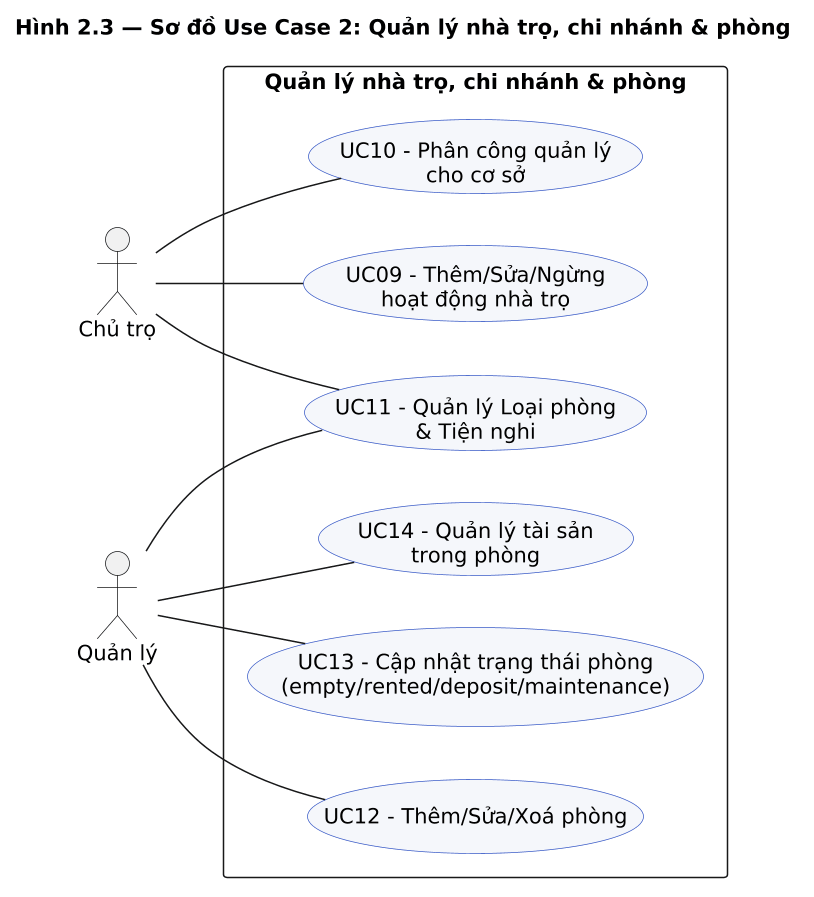
The PlantUML diagram docs/diagrams/png/2.03_uc_room.png in DiepTuHuy/Hostel_Management, before a commit.
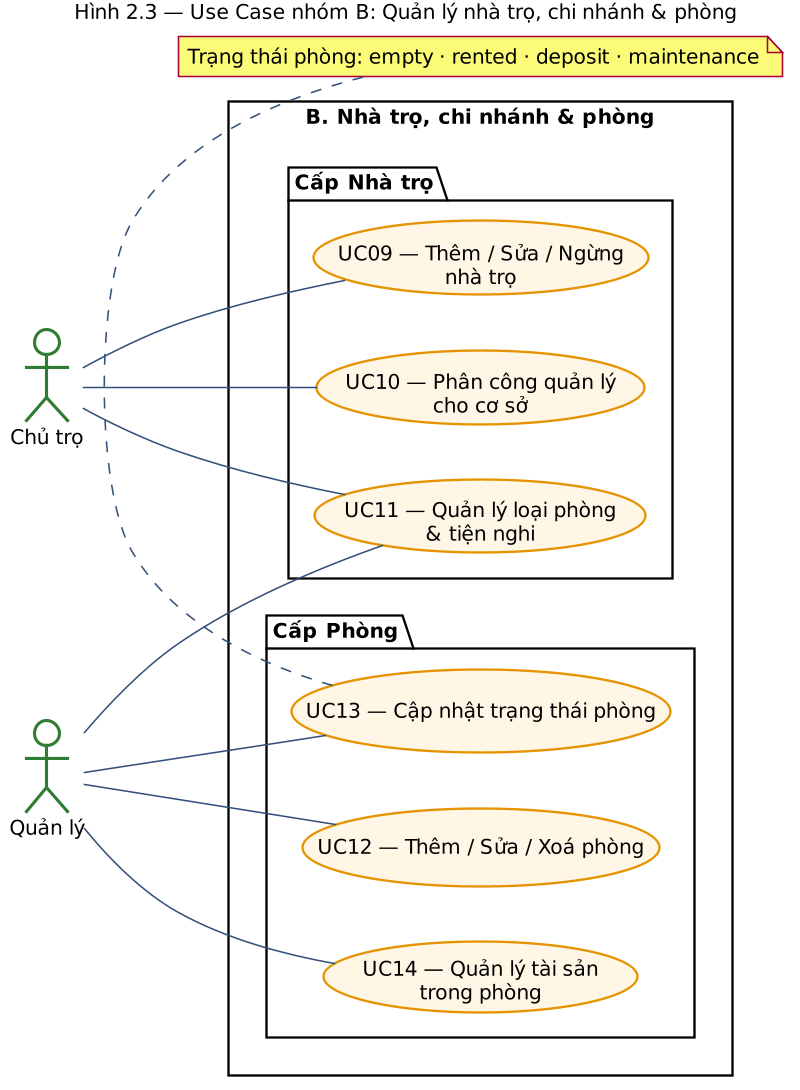
After the commit.

What changed in the source:
```diff
@@ -1,33 +1,48 @@
-@startuml
-scale 1.5
-title Hình 2.3 — Sơ đồ Use Case 2: Quản lý nhà trọ, chi nhánh & phòng
+@startuml UC_Room
+title Hình 2.3 — Use Case nhóm B: Quản lý nhà trọ, chi nhánh & phòng
 
+skinparam dpi 150
+skinparam shadowing false
+skinparam defaultFontName "Segoe UI"
+skinparam defaultFontSize 13
+skinparam packageStyle rectangle
+skinparam ArrowColor #34507A
+skinparam usecase {
+  BackgroundColor #FFF6E5
+  BorderColor #E59300
+}
+skinparam actor {
+  BackgroundColor #FFFFFF
+  BorderColor #2E7D32
+}
 left to right direction
-skinparam packageStyle rectangle
-skinparam shadowing false
-skinparam usecase {
-  BackgroundColor #F5F7FB
-  BorderColor #3A5BC7
-}
 
 actor "Chủ trọ"  as Owner
 actor "Quản lý"  as Manager
 
-rectangle "Quản lý nhà trọ, chi nhánh & phòng" {
-  usecase "UC09 - Thêm/Sửa/Ngừng\nhoạt động nhà trọ"     as R1
-  usecase "UC10 - Phân công quản lý\ncho cơ sở"          as R2
-  usecase "UC11 - Quản lý Loại phòng\n& Tiện nghi"       as R3
-
-  usecase "UC12 - Thêm/Sửa/Xoá phòng"                    as R4
-  usecase "UC13 - Cập nhật trạng thái phòng\n(empty/rented/deposit/maintenance)" as R5
-  usecase "UC14 - Quản lý tài sản\ntrong phòng"          as R6
+rectangle "B. Nhà trọ, chi nhánh & phòng" {
+  package "Cấp Nhà trọ" {
+    usecase "UC09 — Thêm / Sửa / Ngừng\nnhà trọ"      as R1
+    usecase "UC10 — Phân công quản lý\ncho cơ sở"     as R2
+    usecase "UC11 — Quản lý loại phòng\n& tiện nghi"  as R3
+  }
+  package "Cấp Phòng" {
+    usecase "UC12 — Thêm / Sửa / Xoá phòng"           as R4
+    usecase "UC13 — Cập nhật trạng thái phòng"        as R5
+    usecase "UC14 — Quản lý tài sản\ntrong phòng"     as R6
+  }
 }
 
-Owner   -- R1
-Owner   -- R2
-Owner   -- R3
+Owner -- R1
+Owner -- R2
+Owner -- R3
 Manager -- R3
 Manager -- R4
 Manager -- R5
 Manager -- R6
+
+note bottom of R5
+  Trạng thái phòng: empty · rented · deposit · maintenance
+end note
+
 @enduml
```
